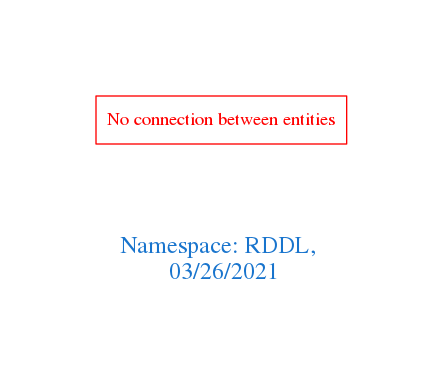
This is downloads/RDDL.png from arago/OGIT, a Graphviz export, as it was before one commit. Its source is kept beside it as downloads/RDDL.dot.
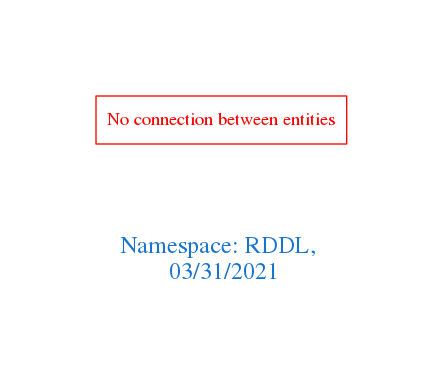
After the change.

What changed in the source:
```diff
@@ -1,7 +1,7 @@
 digraph OGIT_ontology {
  graph [ rankdir= LR,pad=1
 fontsize = 18,
-fontcolor= dodgerblue3,label = "\n\n\nNamespace: RDDL, \n 03/26/2021"];
+fontcolor= dodgerblue3,label = "\n\n\nNamespace: RDDL, \n 03/31/2021"];
 node[shape=polygon];
 edge [  color="gray81"];
 
```
